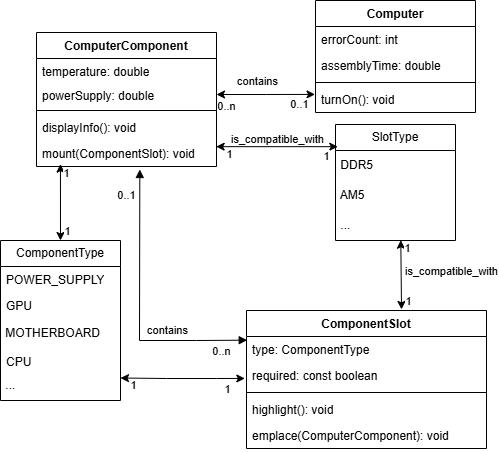
Above: Images/ComputerRelatedClasses.png in dopp1e/diploma (draw.io), before the change. Source tidied: cells renumbered, new cells last; positions are measured from the earlier drawing's top-left corner, leaving out a move shared by most shapes.
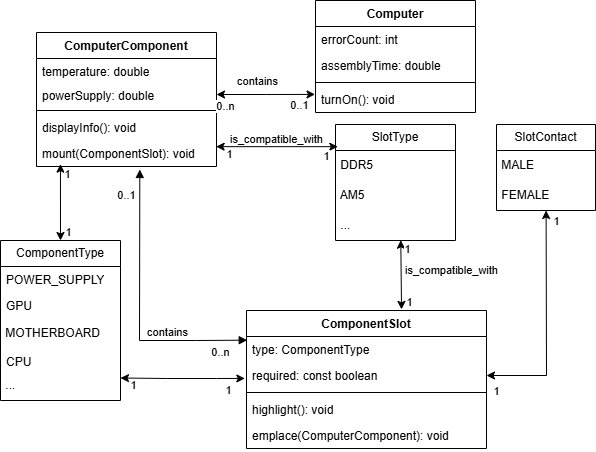
The same file after the commit.

Diff of the diagram source:
```diff
@@ -41,16 +41,16 @@
     <mxCell id="14" style="endArrow=classic;startArrow=classic;html=1;rounded=0;entryX=0.5;entryY=0;entryDx=0;entryDy=0;exitX=0.133;exitY=0.91;exitDx=0;exitDy=0;exitPerimeter=0;" parent="1" edge="1" source="7" target="8">
       <mxGeometry relative="1" as="geometry" />
     </mxCell>
-    <mxCell id="15" value="1" style="edgeLabel;html=1;align=center;verticalAlign=middle;" parent="14" vertex="1">
-      <mxGeometry x="-0.52" y="2" relative="1" as="geometry">
-        <mxPoint x="4" y="-9" as="offset" />
-      </mxGeometry>
-    </mxCell>
-    <mxCell id="16" value="1" style="edgeLabel;html=1;align=center;verticalAlign=middle;" parent="14" vertex="1">
-      <mxGeometry x="0.76" y="-1" relative="1" as="geometry">
-        <mxPoint x="8" as="offset" />
-      </mxGeometry>
-    </mxCell>
+    <mxCell id="51" value="1" style="edgeLabel;html=1;align=center;verticalAlign=middle;" parent="14" vertex="1">
+      <mxGeometry x="-0.52" y="2" relative="1" as="geometry">
+        <mxPoint x="4" y="-9" as="offset" />
+      </mxGeometry>
+    </mxCell>
+    <mxCell id="52" value="1" style="edgeLabel;html=1;align=center;verticalAlign=middle;" parent="14" vertex="1">
+      <mxGeometry x="0.76" y="-1" relative="1" as="geometry">
+        <mxPoint x="8" as="offset" />
+      </mxGeometry>
+    </mxCell>
     <mxCell id="17" value="ComponentSlot" style="swimlane;fontStyle=1;align=center;verticalAlign=top;horizontal=1;startSize=26;whiteSpace=wrap;html=1;" parent="1" vertex="1">
       <mxGeometry x="246" y="310" width="240" height="138" as="geometry" />
     </mxCell>
@@ -77,21 +77,21 @@
         </Array>
       </mxGeometry>
     </mxCell>
-    <mxCell id="24" value="0..1" style="edgeLabel;html=1;align=center;verticalAlign=middle;" parent="23" vertex="1">
-      <mxGeometry x="-0.68" y="-3" relative="1" as="geometry">
-        <mxPoint x="-11" y="-19" as="offset" />
-      </mxGeometry>
-    </mxCell>
-    <mxCell id="25" value="0..n" style="edgeLabel;html=1;align=center;verticalAlign=middle;" parent="23" vertex="1">
-      <mxGeometry x="0.83" y="-3" relative="1" as="geometry">
-        <mxPoint x="-3" y="8" as="offset" />
-      </mxGeometry>
-    </mxCell>
-    <mxCell id="26" value="contains" style="edgeLabel;html=1;align=center;verticalAlign=middle;" parent="23" vertex="1">
-      <mxGeometry x="-0.41" y="2" relative="1" as="geometry">
-        <mxPoint x="25" y="79" as="offset" />
-      </mxGeometry>
-    </mxCell>
+    <mxCell id="53" value="0..1" style="edgeLabel;html=1;align=center;verticalAlign=middle;" parent="23" vertex="1">
+      <mxGeometry x="-0.68" y="-3" relative="1" as="geometry">
+        <mxPoint x="-11" y="-19" as="offset" />
+      </mxGeometry>
+    </mxCell>
+    <mxCell id="54" value="0..n" style="edgeLabel;html=1;align=center;verticalAlign=middle;" parent="23" vertex="1">
+      <mxGeometry x="0.83" y="-3" relative="1" as="geometry">
+        <mxPoint x="-3" y="8" as="offset" />
+      </mxGeometry>
+    </mxCell>
+    <mxCell id="55" value="contains" style="edgeLabel;html=1;align=center;verticalAlign=middle;" parent="23" vertex="1">
+      <mxGeometry x="-0.41" y="2" relative="1" as="geometry">
+        <mxPoint x="25" y="79" as="offset" />
+      </mxGeometry>
+    </mxCell>
     <mxCell id="27" style="endArrow=classic;startArrow=classic;html=1;rounded=0;exitX=1;exitY=0.25;exitDx=0;exitDy=0;entryX=-0.007;entryY=0.613;entryDx=0;entryDy=0;entryPerimeter=0;" parent="1" edge="1" source="13" target="19">
       <mxGeometry relative="1" as="geometry">
         <Array as="points">
@@ -100,16 +100,90 @@
         </Array>
       </mxGeometry>
     </mxCell>
-    <mxCell id="28" value="1" style="edgeLabel;html=1;align=center;verticalAlign=middle;" parent="27" vertex="1">
-      <mxGeometry x="-0.86" y="-1" relative="1" as="geometry">
-        <mxPoint x="4" y="6" as="offset" />
-      </mxGeometry>
-    </mxCell>
-    <mxCell id="29" value="1" style="edgeLabel;html=1;align=center;verticalAlign=middle;" parent="27" vertex="1">
-      <mxGeometry x="0.85" y="-1" relative="1" as="geometry">
-        <mxPoint x="-8" y="10" as="offset" />
-      </mxGeometry>
-    </mxCell>
+    <mxCell id="56" value="1" style="edgeLabel;html=1;align=center;verticalAlign=middle;" parent="27" vertex="1">
+      <mxGeometry x="-0.86" y="-1" relative="1" as="geometry">
+        <mxPoint x="4" y="6" as="offset" />
+      </mxGeometry>
+    </mxCell>
+    <mxCell id="57" value="1" style="edgeLabel;html=1;align=center;verticalAlign=middle;" parent="27" vertex="1">
+      <mxGeometry x="0.85" y="-1" relative="1" as="geometry">
+        <mxPoint x="-8" y="10" as="offset" />
+      </mxGeometry>
+    </mxCell>
+    <mxCell id="35" value="SlotType" style="swimlane;fontStyle=0;horizontal=1;startSize=26;fillColor=none;whiteSpace=wrap;html=1;" parent="1" vertex="1">
+      <mxGeometry x="335" y="124" width="120" height="116" as="geometry" />
+    </mxCell>
+    <mxCell id="36" value="&amp;nbsp;DDR5" style="text;html=1;align=left;verticalAlign=middle;whiteSpace=wrap;rounded=0;" parent="35" vertex="1">
+      <mxGeometry y="26" width="120" height="30" as="geometry" />
+    </mxCell>
+    <mxCell id="37" value="&amp;nbsp;AM5" style="text;html=1;align=left;verticalAlign=middle;whiteSpace=wrap;rounded=0;" parent="35" vertex="1">
+      <mxGeometry y="56" width="120" height="30" as="geometry" />
+    </mxCell>
+    <mxCell id="38" value="&amp;nbsp;..." style="text;html=1;align=left;verticalAlign=middle;whiteSpace=wrap;rounded=0;" parent="35" vertex="1">
+      <mxGeometry y="86" width="120" height="30" as="geometry" />
+    </mxCell>
+    <mxCell id="43" style="endArrow=classic;startArrow=classic;html=1;rounded=0;entryX=0.646;entryY=-0.008;entryDx=0;entryDy=0;entryPerimeter=0;exitX=0.544;exitY=0.991;exitDx=0;exitDy=0;exitPerimeter=0;" parent="1" edge="1" source="38" target="17">
+      <mxGeometry relative="1" as="geometry" />
+    </mxCell>
+    <mxCell id="58" value="1" style="edgeLabel;html=1;align=center;verticalAlign=middle;" parent="43" vertex="1">
+      <mxGeometry x="-0.52" y="2" relative="1" as="geometry">
+        <mxPoint x="4" y="-9" as="offset" />
+      </mxGeometry>
+    </mxCell>
+    <mxCell id="59" value="1" style="edgeLabel;html=1;align=center;verticalAlign=middle;" parent="43" vertex="1">
+      <mxGeometry x="0.76" y="-1" relative="1" as="geometry">
+        <mxPoint x="8" as="offset" />
+      </mxGeometry>
+    </mxCell>
+    <mxCell id="60" value="is_compatible_with" style="edgeLabel;html=1;align=center;verticalAlign=middle;" parent="43" vertex="1">
+      <mxGeometry x="-0.11" y="2" relative="1" as="geometry">
+        <mxPoint x="48" as="offset" />
+      </mxGeometry>
+    </mxCell>
+    <mxCell id="47" style="endArrow=classic;startArrow=classic;html=1;rounded=0;entryX=0.998;entryY=0.237;entryDx=0;entryDy=0;entryPerimeter=0;exitX=0.019;exitY=0.191;exitDx=0;exitDy=0;exitPerimeter=0;" parent="1" edge="1" source="35" target="7">
+      <mxGeometry relative="1" as="geometry" />
+    </mxCell>
+    <mxCell id="61" value="1" style="edgeLabel;html=1;align=center;verticalAlign=middle;" parent="47" vertex="1">
+      <mxGeometry x="-0.52" y="2" relative="1" as="geometry">
+        <mxPoint x="17" y="7" as="offset" />
+      </mxGeometry>
+    </mxCell>
+    <mxCell id="62" value="1" style="edgeLabel;html=1;align=center;verticalAlign=middle;" parent="47" vertex="1">
+      <mxGeometry x="0.76" y="-1" relative="1" as="geometry">
+        <mxPoint x="-2" y="8" as="offset" />
+      </mxGeometry>
+    </mxCell>
+    <mxCell id="63" value="is_compatible_with" style="edgeLabel;html=1;align=center;verticalAlign=middle;" parent="47" vertex="1">
+      <mxGeometry x="0.12" y="1" relative="1" as="geometry">
+        <mxPoint x="7" y="-9" as="offset" />
+      </mxGeometry>
+    </mxCell>
+    <mxCell id="64" value="SlotContact" style="swimlane;fontStyle=0;horizontal=1;startSize=26;fillColor=none;whiteSpace=wrap;html=1;" parent="1" vertex="1">
+      <mxGeometry x="496" y="124" width="99" height="86" as="geometry" />
+    </mxCell>
+    <mxCell id="65" value="&amp;nbsp;MALE" style="text;html=1;align=left;verticalAlign=middle;whiteSpace=wrap;rounded=0;" parent="64" vertex="1">
+      <mxGeometry y="26" width="99" height="30" as="geometry" />
+    </mxCell>
+    <mxCell id="66" value="&amp;nbsp;FEMALE" style="text;html=1;align=left;verticalAlign=middle;whiteSpace=wrap;rounded=0;" parent="64" vertex="1">
+      <mxGeometry y="56" width="99" height="30" as="geometry" />
+    </mxCell>
+    <mxCell id="67" style="endArrow=classic;startArrow=classic;html=1;rounded=0;entryX=1;entryY=0.5;entryDx=0;entryDy=0;" parent="1" edge="1" source="64" target="19">
+      <mxGeometry relative="1" as="geometry">
+        <Array as="points">
+          <mxPoint x="546" y="375" />
+        </Array>
+      </mxGeometry>
+    </mxCell>
+    <mxCell id="68" value="1" style="edgeLabel;html=1;align=center;verticalAlign=middle;" parent="67" vertex="1">
+      <mxGeometry x="-0.52" y="2" relative="1" as="geometry">
+        <mxPoint x="8" y="-44" as="offset" />
+      </mxGeometry>
+    </mxCell>
+    <mxCell id="69" value="1" style="edgeLabel;html=1;align=center;verticalAlign=middle;" parent="67" vertex="1">
+      <mxGeometry x="0.76" y="-1" relative="1" as="geometry">
+        <mxPoint x="-17" y="16" as="offset" />
+      </mxGeometry>
+    </mxCell>
     <mxCell id="30" value="Computer" style="swimlane;fontStyle=1;align=center;verticalAlign=top;horizontal=1;startSize=26;whiteSpace=wrap;html=1;" parent="1" vertex="1">
       <mxGeometry x="315" width="160" height="112" as="geometry" />
     </mxCell>
@@ -125,75 +199,28 @@
     <mxCell id="34" value="turnOn(): void" style="text;strokeColor=none;fillColor=none;align=left;verticalAlign=top;spacingLeft=4;spacingRight=4;overflow=hidden;points=[[0,0.5],[1,0.5]];portConstraint=eastwest;whiteSpace=wrap;html=1;" parent="30" vertex="1">
       <mxGeometry y="86" width="160" height="26" as="geometry" />
     </mxCell>
-    <mxCell id="35" value="SlotType" style="swimlane;fontStyle=0;horizontal=1;startSize=26;fillColor=none;whiteSpace=wrap;html=1;" parent="1" vertex="1">
-      <mxGeometry x="335" y="124" width="120" height="116" as="geometry" />
-    </mxCell>
-    <mxCell id="36" value="&amp;nbsp;DDR5" style="text;html=1;align=left;verticalAlign=middle;whiteSpace=wrap;rounded=0;" parent="35" vertex="1">
-      <mxGeometry y="26" width="120" height="30" as="geometry" />
-    </mxCell>
-    <mxCell id="37" value="&amp;nbsp;AM5" style="text;html=1;align=left;verticalAlign=middle;whiteSpace=wrap;rounded=0;" parent="35" vertex="1">
-      <mxGeometry y="56" width="120" height="30" as="geometry" />
-    </mxCell>
-    <mxCell id="38" value="&amp;nbsp;..." style="text;html=1;align=left;verticalAlign=middle;whiteSpace=wrap;rounded=0;" parent="35" vertex="1">
-      <mxGeometry y="86" width="120" height="30" as="geometry" />
-    </mxCell>
-    <mxCell id="39" style="endArrow=classic;startArrow=classic;html=1;entryX=1;entryY=0.5;entryDx=0;entryDy=0;exitX=-0.003;exitY=0.304;exitDx=0;exitDy=0;rounded=0;curved=0;exitPerimeter=0;" parent="1" edge="1" source="34" target="4">
-      <mxGeometry relative="1" as="geometry">
-        <Array as="points">
-          <mxPoint x="266" y="94" />
-        </Array>
-      </mxGeometry>
-    </mxCell>
-    <mxCell id="40" value="0..1" style="edgeLabel;html=1;align=center;verticalAlign=middle;" parent="39" vertex="1">
-      <mxGeometry x="-0.85" y="-3" relative="1" as="geometry">
-        <mxPoint x="-9" y="13" as="offset" />
-      </mxGeometry>
-    </mxCell>
-    <mxCell id="41" value="0..n" style="edgeLabel;html=1;align=center;verticalAlign=middle;" parent="39" vertex="1">
-      <mxGeometry x="0.76" y="1" relative="1" as="geometry">
-        <mxPoint x="-3" y="10" as="offset" />
-      </mxGeometry>
-    </mxCell>
-    <mxCell id="42" value="contains" style="edgeLabel;html=1;align=center;verticalAlign=middle;" parent="39" vertex="1">
-      <mxGeometry x="0.29" y="-1" relative="1" as="geometry">
-        <mxPoint x="5" y="-13" as="offset" />
-      </mxGeometry>
-    </mxCell>
-    <mxCell id="43" style="endArrow=classic;startArrow=classic;html=1;rounded=0;entryX=0.646;entryY=-0.008;entryDx=0;entryDy=0;entryPerimeter=0;exitX=0.544;exitY=0.991;exitDx=0;exitDy=0;exitPerimeter=0;" parent="1" edge="1" source="38" target="17">
-      <mxGeometry relative="1" as="geometry" />
-    </mxCell>
-    <mxCell id="44" value="1" style="edgeLabel;html=1;align=center;verticalAlign=middle;" parent="43" vertex="1">
-      <mxGeometry x="-0.52" y="2" relative="1" as="geometry">
-        <mxPoint x="4" y="-9" as="offset" />
-      </mxGeometry>
-    </mxCell>
-    <mxCell id="45" value="1" style="edgeLabel;html=1;align=center;verticalAlign=middle;" parent="43" vertex="1">
-      <mxGeometry x="0.76" y="-1" relative="1" as="geometry">
-        <mxPoint x="8" as="offset" />
-      </mxGeometry>
-    </mxCell>
-    <mxCell id="46" value="is_compatible_with" style="edgeLabel;html=1;align=center;verticalAlign=middle;" parent="43" vertex="1">
-      <mxGeometry x="-0.11" y="2" relative="1" as="geometry">
-        <mxPoint x="48" as="offset" />
-      </mxGeometry>
-    </mxCell>
-    <mxCell id="47" style="endArrow=classic;startArrow=classic;html=1;rounded=0;entryX=0.998;entryY=0.237;entryDx=0;entryDy=0;entryPerimeter=0;exitX=0.019;exitY=0.191;exitDx=0;exitDy=0;exitPerimeter=0;" parent="1" edge="1" source="35" target="7">
-      <mxGeometry relative="1" as="geometry" />
-    </mxCell>
-    <mxCell id="48" value="1" style="edgeLabel;html=1;align=center;verticalAlign=middle;" parent="47" vertex="1">
-      <mxGeometry x="-0.52" y="2" relative="1" as="geometry">
-        <mxPoint x="17" y="7" as="offset" />
-      </mxGeometry>
-    </mxCell>
-    <mxCell id="49" value="1" style="edgeLabel;html=1;align=center;verticalAlign=middle;" parent="47" vertex="1">
-      <mxGeometry x="0.76" y="-1" relative="1" as="geometry">
-        <mxPoint x="-2" y="8" as="offset" />
-      </mxGeometry>
-    </mxCell>
-    <mxCell id="50" value="is_compatible_with" style="edgeLabel;html=1;align=center;verticalAlign=middle;" parent="47" vertex="1">
-      <mxGeometry x="0.12" y="1" relative="1" as="geometry">
-        <mxPoint x="7" y="-9" as="offset" />
-      </mxGeometry>
-    </mxCell>
+    <mxCell id="70" style="endArrow=classic;startArrow=classic;html=1;entryX=1;entryY=0.5;entryDx=0;entryDy=0;exitX=-0.003;exitY=0.304;exitDx=0;exitDy=0;rounded=0;curved=0;exitPerimeter=0;" parent="1" edge="1" source="34">
+      <mxGeometry relative="1" as="geometry">
+        <mxPoint x="216" y="94" as="targetPoint" />
+        <Array as="points">
+          <mxPoint x="266" y="94" />
+        </Array>
+      </mxGeometry>
+    </mxCell>
+    <mxCell id="71" value="0..1" style="edgeLabel;html=1;align=center;verticalAlign=middle;" parent="70" vertex="1">
+      <mxGeometry x="-0.85" y="-3" relative="1" as="geometry">
+        <mxPoint x="-9" y="13" as="offset" />
+      </mxGeometry>
+    </mxCell>
+    <mxCell id="72" value="0..n" style="edgeLabel;html=1;align=center;verticalAlign=middle;" parent="70" vertex="1">
+      <mxGeometry x="0.76" y="1" relative="1" as="geometry">
+        <mxPoint x="-3" y="10" as="offset" />
+      </mxGeometry>
+    </mxCell>
+    <mxCell id="73" value="contains" style="edgeLabel;html=1;align=center;verticalAlign=middle;" parent="70" vertex="1">
+      <mxGeometry x="0.29" y="-1" relative="1" as="geometry">
+        <mxPoint x="5" y="-13" as="offset" />
+      </mxGeometry>
+    </mxCell>
   </root>
 </mxGraphModel>
```
